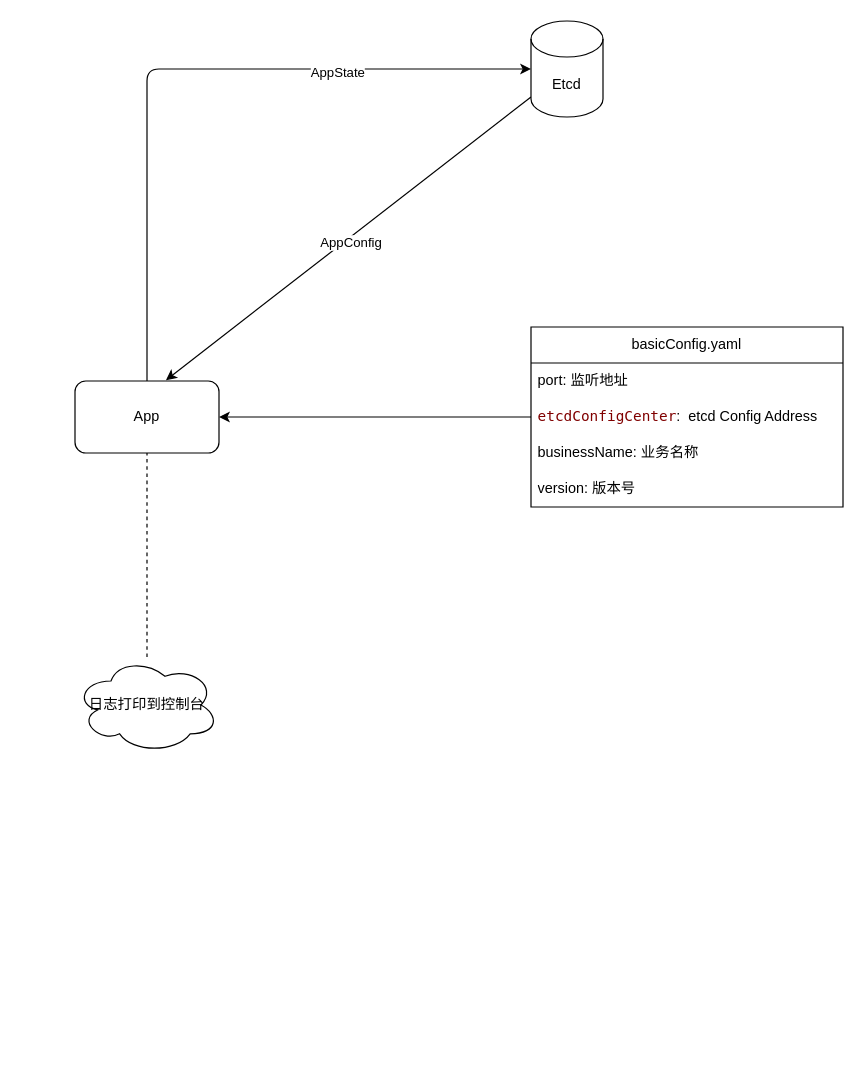
Earlier version of the draw.io diagram _docs/architect/app.drawio (ruandao/distribute-im-gateway). Source tidied: cells renumbered, new cells numbered last; positions are measured from the earlier drawing's top-left corner, leaving out a move shared by most shapes. Both pictures are drawn from the tidied source at 120%, with x=0, y=0 at pixel (74, 20).
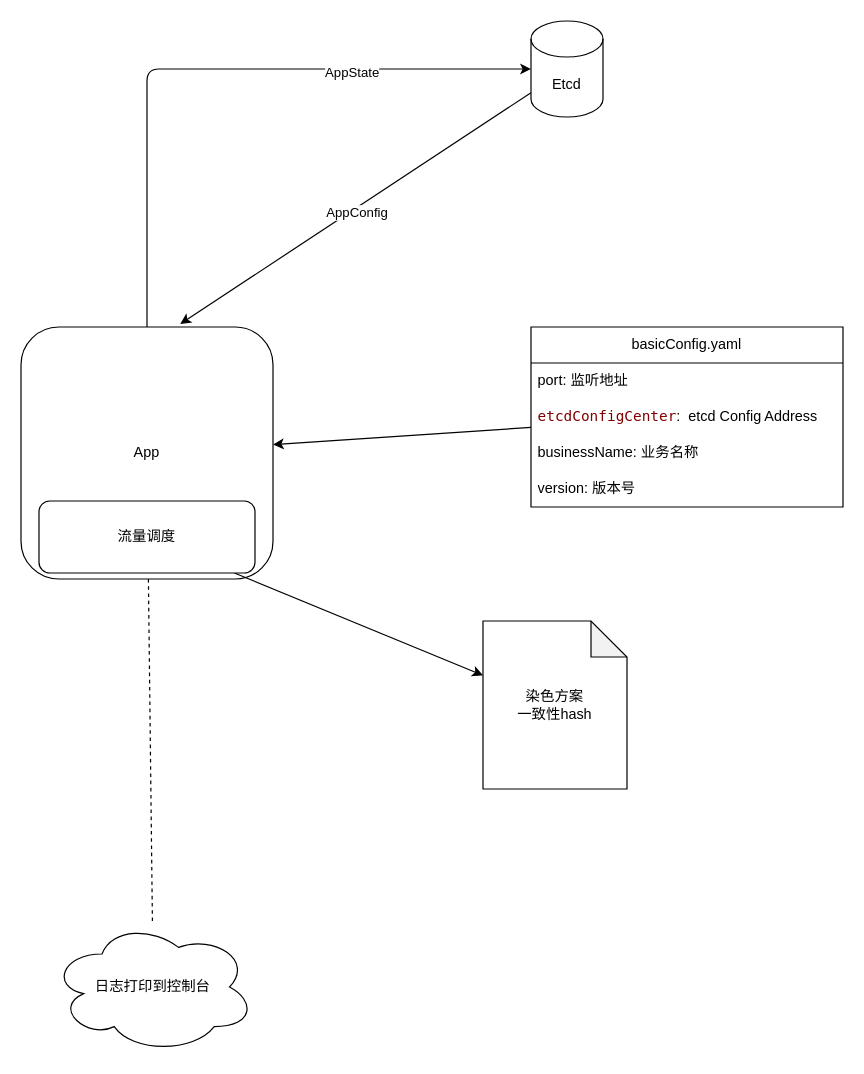
The same diagram, later.

What changed in the source:
```diff
@@
     <mxCell id="2" value="App" style="rounded=1;whiteSpace=wrap;html=1;" parent="1" vertex="1">
-      <mxGeometry y="300" width="120" height="60" as="geometry" />
+      <mxGeometry x="-45" y="255" width="210" height="210" as="geometry" />
     </mxCell>
@@
     <mxCell id="4" value="日志打印到控制台" style="ellipse;shape=cloud;whiteSpace=wrap;html=1;" parent="1" vertex="1">
-      <mxGeometry y="530" width="120" height="80" as="geometry" />
+      <mxGeometry x="-20" y="750" width="170" height="110" as="geometry" />
     </mxCell>
@@
+    <mxCell id="16" style="edgeStyle=none;html=1;" parent="1" edge="1" source="17" target="18">
+      <mxGeometry relative="1" as="geometry" />
+    </mxCell>
+    <mxCell id="17" value="流量调度" style="rounded=1;whiteSpace=wrap;html=1;" parent="1" vertex="1">
+      <mxGeometry x="-30" y="400" width="180" height="60" as="geometry" />
+    </mxCell>
+    <mxCell id="18" value="染色方案&lt;div&gt;一致性hash&lt;/div&gt;" style="shape=note;whiteSpace=wrap;html=1;backgroundOutline=1;darkOpacity=0.05;" parent="1" vertex="1">
+      <mxGeometry x="340" y="500" width="120" height="140" as="geometry" />
+    </mxCell>
```
